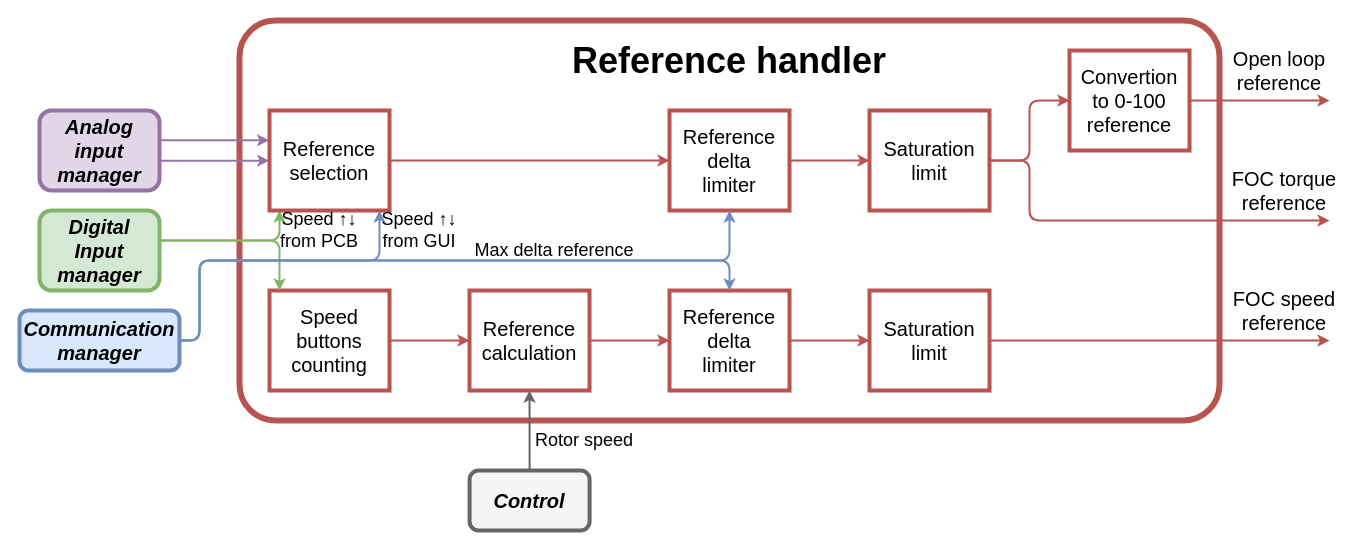
Earlier version of the draw.io diagram Report/Diagrams/ReferenceHandler.drawio (NicolaiFransen/SemesterProjectPED2). Source tidied: cells renumbered, new cells numbered last; positions are measured from the earlier drawing's top-left corner, leaving out a move shared by most shapes. Both pictures are drawn from the tidied source at 100%, with x=0, y=0 at pixel (19, 20).
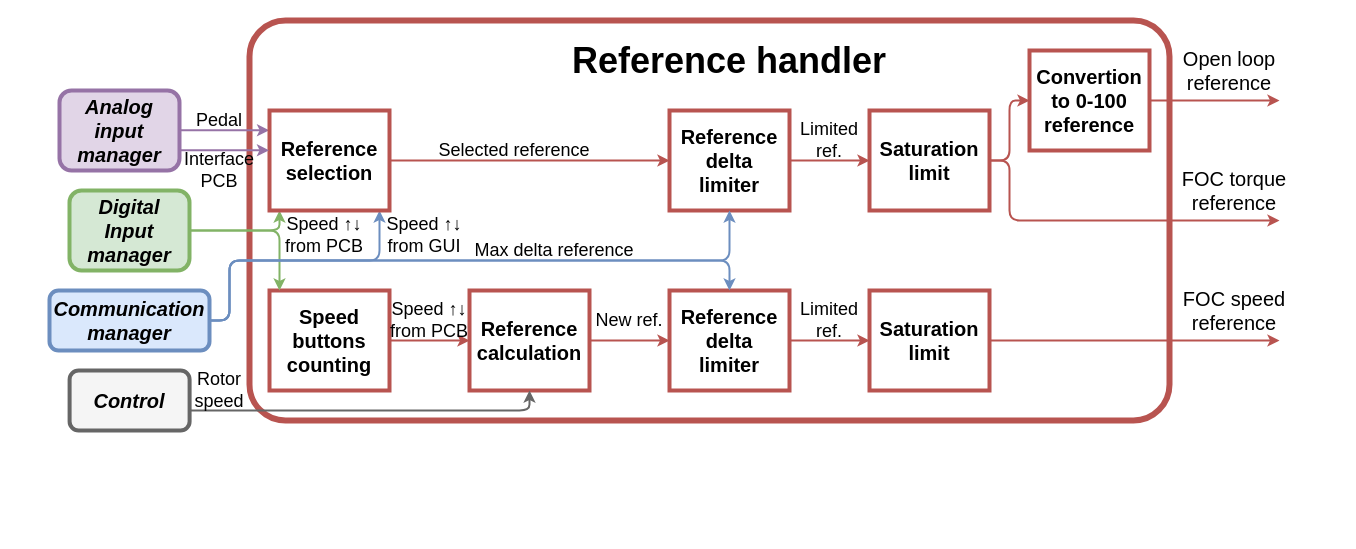
Above is the later version.

Commit message (it also covers changes not shown here):
Some new drawings for ref handler

Unchanged cells that the change refers to:
```xml
<mxCell id="5" style="rounded=0;whiteSpace=wrap;html=1;fillColor=none;strokeColor=#b85450;strokeWidth=4;" parent="1" vertex="1">
  <mxGeometry x="850" y="270" width="120" height="100" as="geometry" />
</mxCell>
<mxCell id="6" style="rounded=0;whiteSpace=wrap;html=1;fillColor=none;strokeColor=#b85450;strokeWidth=4;" parent="1" vertex="1">
  <mxGeometry x="650" y="270" width="120" height="100" as="geometry" />
</mxCell>
<mxCell id="7" style="rounded=0;whiteSpace=wrap;html=1;fillColor=none;strokeColor=#b85450;strokeWidth=4;" parent="1" vertex="1">
  <mxGeometry x="450" y="270" width="120" height="100" as="geometry" />
</mxCell>
<mxCell id="8" style="rounded=0;whiteSpace=wrap;html=1;fillColor=none;strokeColor=#b85450;strokeWidth=4;" parent="1" vertex="1">
  <mxGeometry x="250" y="270" width="120" height="100" as="geometry" />
</mxCell>
<mxCell id="13" style="rounded=0;whiteSpace=wrap;html=1;fillColor=none;strokeColor=#b85450;strokeWidth=4;" parent="1" vertex="1">
  <mxGeometry x="650" y="90" width="120" height="100" as="geometry" />
</mxCell>
<mxCell id="45" style="rounded=0;whiteSpace=wrap;html=1;fillColor=#ffffff;strokeColor=#b85450;strokeWidth=4;glass=0;shadow=0;" parent="1" vertex="1">
  <mxGeometry x="250" y="90" width="120" height="100" as="geometry" />
</mxCell>
```

What changed in the source:
```diff
@@
+    <mxCell id="18" style="rounded=0;whiteSpace=wrap;html=1;fillColor=none;strokeColor=#b85450;strokeWidth=4;" parent="1" vertex="1">
+      <mxGeometry x="850" y="90" width="120" height="100" as="geometry" />
+    </mxCell>
     <mxCell id="2" style="rounded=1;whiteSpace=wrap;html=1;shadow=0;glass=0;strokeWidth=6;fillColor=none;strokeColor=#b85450;arcSize=9;" parent="1" vertex="1">
-      <mxGeometry x="220" width="980" height="400" as="geometry" />
+      <mxGeometry x="230" width="920" height="400" as="geometry" />
     </mxCell>
     <mxCell id="3" value="&lt;span style=&quot;background-color: rgb(255 , 255 , 255)&quot;&gt;&lt;font style=&quot;font-size: 20px&quot;&gt;&lt;font style=&quot;font-size: 20px&quot;&gt;Open loop reference &lt;/font&gt;&lt;/font&gt;&lt;/span&gt;" style="text;html=1;strokeColor=none;fillColor=none;align=center;verticalAlign=middle;whiteSpace=wrap;rounded=0;" parent="1" vertex="1">
-      <mxGeometry x="1210" y="40" width="100" height="20" as="geometry" />
+      <mxGeometry x="1160" y="40" width="100" height="20" as="geometry" />
     </mxCell>
     <mxCell id="4" style="edgeStyle=orthogonalEdgeStyle;rounded=0;jettySize=auto;html=1;exitX=1;exitY=0.5;exitDx=0;exitDy=0;fillColor=#f8cecc;strokeColor=#b85450;strokeWidth=2;" parent="1" edge="1" source="5">
       <mxGeometry relative="1" as="geometry">
-        <mxPoint x="1310" y="320" as="targetPoint" />
+        <mxPoint x="1260" y="320" as="targetPoint" />
       </mxGeometry>
     </mxCell>
@@
     <mxCell id="9" style="edgeStyle=orthogonalEdgeStyle;rounded=0;jettySize=auto;html=1;fillColor=#f8cecc;strokeColor=#b85450;strokeWidth=2;" parent="1" edge="1" source="10">
       <mxGeometry relative="1" as="geometry">
-        <mxPoint x="1310" y="80" as="targetPoint" />
+        <mxPoint x="1260" y="80" as="targetPoint" />
+        <Array as="points">
+          <mxPoint x="1250" y="80" />
+          <mxPoint x="1250" y="80" />
+        </Array>
       </mxGeometry>
     </mxCell>
     <mxCell id="10" style="rounded=0;whiteSpace=wrap;html=1;fillColor=none;strokeColor=#b85450;strokeWidth=4;" parent="1" vertex="1">
-      <mxGeometry x="1050" y="30" width="120" height="100" as="geometry" />
+      <mxGeometry x="1010" y="30" width="120" height="100" as="geometry" />
     </mxCell>
@@
-    <mxCell id="14" value="&lt;div style=&quot;font-size: 20px&quot;&gt;Reference delta limiter&lt;br&gt;&lt;/div&gt;" style="text;html=1;strokeColor=none;fillColor=none;align=center;verticalAlign=middle;whiteSpace=wrap;rounded=0;" parent="1" vertex="1">
+    <mxCell id="14" value="&lt;div style=&quot;font-size: 20px&quot;&gt;&lt;b&gt;Reference delta limiter&lt;/b&gt;&lt;br&gt;&lt;/div&gt;" style="text;html=1;strokeColor=none;fillColor=none;align=center;verticalAlign=middle;whiteSpace=wrap;rounded=0;" parent="1" vertex="1">
       <mxGeometry x="690" y="130" width="40" height="20" as="geometry" />
     </mxCell>
-    <mxCell id="15" value="&lt;font style=&quot;font-size: 20px&quot;&gt;Saturation limit&lt;/font&gt;" style="text;html=1;strokeColor=none;fillColor=none;align=center;verticalAlign=middle;whiteSpace=wrap;rounded=0;" parent="1" vertex="1">
+    <mxCell id="15" value="&lt;b&gt;&lt;font style=&quot;font-size: 20px&quot;&gt;Saturation limit&lt;/font&gt;&lt;/b&gt;" style="text;html=1;strokeColor=none;fillColor=none;align=center;verticalAlign=middle;whiteSpace=wrap;rounded=0;" parent="1" vertex="1">
       <mxGeometry x="890" y="130" width="40" height="20" as="geometry" />
     </mxCell>
     <mxCell id="16" style="edgeStyle=orthogonalEdgeStyle;rounded=1;jettySize=auto;html=1;entryX=0;entryY=0.5;entryDx=0;entryDy=0;fillColor=#f8cecc;strokeColor=#b85450;strokeWidth=2;" parent="1" edge="1" source="18" target="10">
-      <mxGeometry relative="1" as="geometry" />
+      <mxGeometry relative="1" as="geometry">
+        <Array as="points">
+          <mxPoint x="990" y="140" />
+          <mxPoint x="990" y="80" />
+        </Array>
+      </mxGeometry>
     </mxCell>
     <mxCell id="17" style="edgeStyle=orthogonalEdgeStyle;rounded=1;jettySize=auto;html=1;exitX=1;exitY=0.5;exitDx=0;exitDy=0;fillColor=#f8cecc;strokeColor=#b85450;strokeWidth=2;" parent="1" edge="1" source="18">
       <mxGeometry relative="1" as="geometry">
-        <mxPoint x="1310" y="200" as="targetPoint" />
+        <mxPoint x="1260" y="200" as="targetPoint" />
         <Array as="points">
-          <mxPoint x="1010" y="140" />
-          <mxPoint x="1010" y="200" />
+          <mxPoint x="990" y="140" />
+          <mxPoint x="990" y="200" />
         </Array>
       </mxGeometry>
     </mxCell>
-    <mxCell id="18" style="rounded=0;whiteSpace=wrap;html=1;fillColor=none;strokeColor=#b85450;strokeWidth=4;" parent="1" vertex="1">
-      <mxGeometry x="850" y="90" width="120" height="100" as="geometry" />
-    </mxCell>
-    <mxCell id="19" value="&lt;font style=&quot;font-size: 20px&quot;&gt;Convertion to 0-100 reference&lt;/font&gt;" style="text;html=1;strokeColor=none;fillColor=none;align=center;verticalAlign=middle;whiteSpace=wrap;rounded=0;" parent="1" vertex="1">
-      <mxGeometry x="1090" y="70" width="40" height="20" as="geometry" />
+    <mxCell id="19" value="&lt;b&gt;&lt;font style=&quot;font-size: 20px&quot;&gt;Convertion to 0-100 reference&lt;/font&gt;&lt;/b&gt;" style="text;html=1;strokeColor=none;fillColor=none;align=center;verticalAlign=middle;whiteSpace=wrap;rounded=0;" parent="1" vertex="1">
+      <mxGeometry x="1050" y="70" width="40" height="20" as="geometry" />
     </mxCell>
-    <mxCell id="20" value="&lt;div style=&quot;font-size: 20px&quot; align=&quot;center&quot;&gt;Speed buttons counting&lt;/div&gt;" style="text;html=1;strokeColor=none;fillColor=none;align=center;verticalAlign=middle;whiteSpace=wrap;rounded=0;" parent="1" vertex="1">
+    <mxCell id="20" value="&lt;div style=&quot;font-size: 20px&quot; align=&quot;center&quot;&gt;&lt;b&gt;Speed buttons counting&lt;/b&gt;&lt;/div&gt;" style="text;html=1;strokeColor=none;fillColor=none;align=center;verticalAlign=middle;whiteSpace=wrap;rounded=0;" parent="1" vertex="1">
       <mxGeometry x="290" y="310" width="40" height="20" as="geometry" />
     </mxCell>
@@
-    <mxCell id="23" value="&lt;div style=&quot;font-size: 20px&quot;&gt;Reference calculation&lt;/div&gt;" style="text;html=1;strokeColor=none;fillColor=none;align=center;verticalAlign=middle;whiteSpace=wrap;rounded=0;" parent="1" vertex="1">
+    <mxCell id="23" value="&lt;div style=&quot;font-size: 20px&quot;&gt;&lt;b&gt;Reference calculation&lt;/b&gt;&lt;/div&gt;" style="text;html=1;strokeColor=none;fillColor=none;align=center;verticalAlign=middle;whiteSpace=wrap;rounded=0;" parent="1" vertex="1">
       <mxGeometry x="490" y="310" width="40" height="20" as="geometry" />
     </mxCell>
-    <mxCell id="24" value="&lt;font style=&quot;font-size: 20px&quot;&gt;Reference delta limiter&lt;/font&gt;" style="text;html=1;strokeColor=none;fillColor=none;align=center;verticalAlign=middle;whiteSpace=wrap;rounded=0;" parent="1" vertex="1">
+    <mxCell id="24" value="&lt;b&gt;&lt;font style=&quot;font-size: 20px&quot;&gt;Reference delta limiter&lt;/font&gt;&lt;/b&gt;" style="text;html=1;strokeColor=none;fillColor=none;align=center;verticalAlign=middle;whiteSpace=wrap;rounded=0;" parent="1" vertex="1">
       <mxGeometry x="690" y="310" width="40" height="20" as="geometry" />
     </mxCell>
@@
-    <mxCell id="26" value="&lt;font style=&quot;font-size: 20px&quot;&gt;Saturation limit&lt;/font&gt;" style="text;html=1;strokeColor=none;fillColor=none;align=center;verticalAlign=middle;whiteSpace=wrap;rounded=0;" parent="1" vertex="1">
+    <mxCell id="26" value="&lt;b&gt;&lt;font style=&quot;font-size: 20px&quot;&gt;Saturation limit&lt;/font&gt;&lt;/b&gt;" style="text;html=1;strokeColor=none;fillColor=none;align=center;verticalAlign=middle;whiteSpace=wrap;rounded=0;" parent="1" vertex="1">
       <mxGeometry x="890" y="310" width="40" height="20" as="geometry" />
     </mxCell>
     <mxCell id="27" style="rounded=1;whiteSpace=wrap;html=1;fillColor=#e1d5e7;strokeColor=#9673a6;strokeWidth=4;" parent="1" vertex="1">
-      <mxGeometry x="20" y="90" width="120" height="80" as="geometry" />
+      <mxGeometry x="40" y="70" width="120" height="80" as="geometry" />
     </mxCell>
     <mxCell id="28" style="edgeStyle=orthogonalEdgeStyle;rounded=1;jettySize=auto;html=1;fillColor=#d5e8d4;strokeColor=#82b366;strokeWidth=2;" parent="1" edge="1" source="30">
       <mxGeometry relative="1" as="geometry">
         <mxPoint x="260" y="190" as="targetPoint" />
         <Array as="points">
-          <mxPoint x="260" y="220" />
-          <mxPoint x="260" y="190" />
+          <mxPoint x="260" y="210" />
         </Array>
       </mxGeometry>
     </mxCell>
     <mxCell id="29" style="edgeStyle=orthogonalEdgeStyle;rounded=1;jettySize=auto;html=1;fillColor=#d5e8d4;strokeColor=#82b366;strokeWidth=2;" parent="1" edge="1" source="30" target="8">
       <mxGeometry relative="1" as="geometry">
         <Array as="points">
-          <mxPoint x="260" y="220" />
+          <mxPoint x="260" y="210" />
         </Array>
       </mxGeometry>
     </mxCell>
     <mxCell id="30" style="rounded=1;whiteSpace=wrap;html=1;fillColor=#d5e8d4;strokeColor=#82b366;strokeWidth=4;" parent="1" vertex="1">
-      <mxGeometry x="20" y="190" width="120" height="80" as="geometry" />
+      <mxGeometry x="50" y="170" width="120" height="80" as="geometry" />
     </mxCell>
     <mxCell id="31" style="edgeStyle=orthogonalEdgeStyle;rounded=1;jettySize=auto;html=1;fillColor=#dae8fc;strokeColor=#6c8ebf;strokeWidth=2;" parent="1" edge="1" source="34" target="45">
       <mxGeometry relative="1" as="geometry">
         <Array as="points">
-          <mxPoint x="180" y="320" />
-          <mxPoint x="180" y="240" />
+          <mxPoint x="210" y="300" />
+          <mxPoint x="210" y="240" />
           <mxPoint x="360" y="240" />
         </Array>
       </mxGeometry>
     </mxCell>
     <mxCell id="32" style="edgeStyle=orthogonalEdgeStyle;rounded=1;jettySize=auto;html=1;entryX=0.5;entryY=0;entryDx=0;entryDy=0;fillColor=#dae8fc;strokeColor=#6c8ebf;strokeWidth=2;" parent="1" edge="1" source="34" target="6">
       <mxGeometry relative="1" as="geometry">
         <Array as="points">
-          <mxPoint x="180" y="320" />
-          <mxPoint x="180" y="240" />
+          <mxPoint x="210" y="300" />
+          <mxPoint x="210" y="240" />
           <mxPoint x="710" y="240" />
         </Array>
       </mxGeometry>
     </mxCell>
     <mxCell id="33" style="edgeStyle=orthogonalEdgeStyle;rounded=1;jettySize=auto;html=1;entryX=0.5;entryY=1;entryDx=0;entryDy=0;fillColor=#dae8fc;strokeColor=#6c8ebf;strokeWidth=2;" parent="1" edge="1" source="34" target="13">
       <mxGeometry relative="1" as="geometry">
         <Array as="points">
-          <mxPoint x="180" y="320" />
-          <mxPoint x="180" y="240" />
+          <mxPoint x="210" y="300" />
+          <mxPoint x="210" y="240" />
           <mxPoint x="710" y="240" />
         </Array>
       </mxGeometry>
     </mxCell>
     <mxCell id="34" style="rounded=1;whiteSpace=wrap;html=1;fillColor=#dae8fc;strokeColor=#6c8ebf;strokeWidth=4;" parent="1" vertex="1">
-      <mxGeometry y="290" width="160" height="60" as="geometry" />
+      <mxGeometry x="30" y="270" width="160" height="60" as="geometry" />
     </mxCell>
     <mxCell id="35" value="&lt;b&gt;&lt;i&gt;&lt;font style=&quot;font-size: 20px&quot;&gt;Digital Input manager&lt;/font&gt;&lt;/i&gt;&lt;/b&gt;" style="text;html=1;strokeColor=none;fillColor=none;align=center;verticalAlign=middle;whiteSpace=wrap;rounded=0;" parent="1" vertex="1">
-      <mxGeometry x="60" y="220" width="40" height="20" as="geometry" />
+      <mxGeometry x="90" y="200" width="40" height="20" as="geometry" />
     </mxCell>
-    <mxCell id="36" style="edgeStyle=orthogonalEdgeStyle;rounded=0;jettySize=auto;html=1;entryX=0.5;entryY=1;entryDx=0;entryDy=0;strokeWidth=2;fillColor=#f5f5f5;strokeColor=#666666;" parent="1" edge="1" source="37" target="7">
-      <mxGeometry relative="1" as="geometry" />
+    <mxCell id="36" style="edgeStyle=orthogonalEdgeStyle;rounded=1;jettySize=auto;html=1;entryX=0.5;entryY=1;entryDx=0;entryDy=0;strokeWidth=2;fillColor=#f5f5f5;strokeColor=#666666;" parent="1" edge="1" source="37" target="7">
+      <mxGeometry relative="1" as="geometry">
+        <Array as="points">
+          <mxPoint x="510" y="390" />
+        </Array>
+      </mxGeometry>
     </mxCell>
     <mxCell id="37" style="rounded=1;whiteSpace=wrap;html=1;fillColor=#f5f5f5;strokeColor=#666666;fontColor=#333333;strokeWidth=4;" parent="1" vertex="1">
-      <mxGeometry x="450.1" y="450" width="120" height="60" as="geometry" />
+      <mxGeometry x="50.1" y="350" width="120" height="60" as="geometry" />
     </mxCell>
     <mxCell id="38" value="&lt;b&gt;&lt;i&gt;&lt;font style=&quot;font-size: 20px&quot;&gt;Control&lt;/font&gt;&lt;/i&gt;&lt;/b&gt;" style="text;html=1;strokeColor=none;fillColor=none;align=center;verticalAlign=middle;whiteSpace=wrap;rounded=0;" parent="1" vertex="1">
-      <mxGeometry x="490" y="470" width="40" height="20" as="geometry" />
+      <mxGeometry x="90" y="370" width="40" height="20" as="geometry" />
     </mxCell>
     <mxCell id="39" value="&lt;b&gt;&lt;i&gt;&lt;font style=&quot;font-size: 20px&quot;&gt;Communication manager&lt;/font&gt;&lt;/i&gt;&lt;/b&gt;" style="text;html=1;strokeColor=none;fillColor=none;align=center;verticalAlign=middle;whiteSpace=wrap;rounded=0;" parent="1" vertex="1">
-      <mxGeometry x="60" y="310" width="40" height="20" as="geometry" />
+      <mxGeometry x="90" y="290" width="40" height="20" as="geometry" />
     </mxCell>
-    <mxCell id="40" style="edgeStyle=orthogonalEdgeStyle;rounded=1;orthogonalLoop=1;jettySize=auto;html=1;entryX=-0.003;entryY=0.397;entryDx=0;entryDy=0;entryPerimeter=0;fillColor=#e1d5e7;strokeColor=#9673a6;strokeWidth=2;" parent="1" edge="1">
-      <mxGeometry relative="1" as="geometry">
-        <mxPoint x="140.1" y="140.2" as="sourcePoint" />
-        <mxPoint x="249.7" y="140.2" as="targetPoint" />
-        <Array as="points">
-          <mxPoint x="195" y="140.5" />
-        </Array>
-      </mxGeometry>
-    </mxCell>
     <mxCell id="41" value="&lt;b&gt;&lt;i&gt;&lt;font style=&quot;font-size: 20px&quot;&gt;Analog input manager&lt;/font&gt;&lt;/i&gt;&lt;/b&gt;" style="text;html=1;strokeColor=none;fillColor=none;align=center;verticalAlign=middle;whiteSpace=wrap;rounded=0;" parent="1" vertex="1">
-      <mxGeometry x="60" y="120" width="40" height="20" as="geometry" />
+      <mxGeometry x="80" y="100" width="40" height="20" as="geometry" />
     </mxCell>
     <mxCell id="42" value="&lt;font style=&quot;font-size: 20px&quot;&gt;FOC torque reference&lt;/font&gt;" style="text;html=1;strokeColor=none;fillColor=none;align=center;verticalAlign=middle;whiteSpace=wrap;rounded=0;" parent="1" vertex="1">
-      <mxGeometry x="1210" y="160" width="110" height="20" as="geometry" />
+      <mxGeometry x="1160" y="160" width="110" height="20" as="geometry" />
     </mxCell>
     <mxCell id="43" value="&lt;font style=&quot;font-size: 20px&quot;&gt;FOC speed reference&lt;/font&gt;" style="text;html=1;strokeColor=none;fillColor=none;align=center;verticalAlign=middle;whiteSpace=wrap;rounded=0;" parent="1" vertex="1">
-      <mxGeometry x="1210" y="280" width="110" height="20" as="geometry" />
+      <mxGeometry x="1160" y="280" width="110" height="20" as="geometry" />
     </mxCell>
-    <mxCell id="44" style="edgeStyle=orthogonalEdgeStyle;rounded=1;orthogonalLoop=1;jettySize=auto;html=1;entryX=-0.003;entryY=0.397;entryDx=0;entryDy=0;entryPerimeter=0;fillColor=#e1d5e7;strokeColor=#9673a6;strokeWidth=2;" parent="1" edge="1">
+    <mxCell id="44" style="edgeStyle=orthogonalEdgeStyle;rounded=1;jettySize=auto;html=1;entryX=-0.003;entryY=0.397;entryDx=0;entryDy=0;entryPerimeter=0;fillColor=#e1d5e7;strokeColor=#9673a6;strokeWidth=2;exitX=0.103;exitY=0.984;exitDx=0;exitDy=0;exitPerimeter=0;" parent="1" edge="1" source="52">
       <mxGeometry relative="1" as="geometry">
-        <mxPoint x="139.9" y="119.8" as="sourcePoint" />
-        <mxPoint x="249.6" y="119.8" as="targetPoint" />
+        <mxPoint x="249.6" y="109.8" as="targetPoint" />
         <Array as="points">
-          <mxPoint x="195" y="120" />
+          <mxPoint x="195" y="110" />
         </Array>
       </mxGeometry>
     </mxCell>
@@
-    <mxCell id="46" value="&lt;div style=&quot;font-size: 20px&quot; align=&quot;center&quot;&gt;Reference selection&lt;br&gt;&lt;/div&gt;" style="text;html=1;strokeColor=none;fillColor=none;align=center;verticalAlign=middle;whiteSpace=wrap;rounded=0;" parent="1" vertex="1">
+    <mxCell id="46" value="&lt;div style=&quot;font-size: 20px&quot; align=&quot;center&quot;&gt;&lt;b&gt;Reference selection&lt;br&gt;&lt;/b&gt;&lt;/div&gt;" style="text;html=1;strokeColor=none;fillColor=none;align=center;verticalAlign=middle;whiteSpace=wrap;rounded=0;" parent="1" vertex="1">
       <mxGeometry x="290" y="130" width="40" height="20" as="geometry" />
     </mxCell>
@@
     <mxCell id="49" value="&lt;font style=&quot;font-size: 18px&quot;&gt;Rotor speed&lt;/font&gt;" style="text;html=1;align=center;verticalAlign=middle;whiteSpace=wrap;rounded=0;shadow=0;glass=0;" parent="1" vertex="1">
-      <mxGeometry x="510" y="410" width="110" height="20" as="geometry" />
+      <mxGeometry x="150" y="355" width="100" height="30" as="geometry" />
     </mxCell>
     <mxCell id="50" value="&lt;span style=&quot;&quot;&gt;&lt;font style=&quot;font-size: 18px&quot;&gt;Speed&lt;/font&gt;&lt;/span&gt;&lt;font style=&quot;font-size: 18px&quot;&gt;&lt;span style=&quot;&quot;&gt;&lt;font style=&quot;font-size: 18px&quot;&gt; ↑↓ from GUI&lt;/font&gt;&lt;/span&gt;&lt;b&gt;&lt;br&gt;&lt;/b&gt;&lt;/font&gt;" style="text;html=1;align=center;verticalAlign=middle;whiteSpace=wrap;rounded=0;shadow=0;glass=0;labelBackgroundColor=none;labelBorderColor=none;" parent="1" vertex="1">
-      <mxGeometry x="350" y="200" width="100" height="20" as="geometry" />
+      <mxGeometry x="355" y="205" width="100" height="20" as="geometry" />
     </mxCell>
     <mxCell id="51" value="&lt;span&gt;&lt;font style=&quot;font-size: 18px&quot;&gt;Speed&lt;/font&gt;&lt;/span&gt;&lt;font style=&quot;font-size: 18px&quot;&gt;&lt;span&gt;&lt;font style=&quot;font-size: 18px&quot;&gt; ↑↓ from PCB&lt;/font&gt;&lt;/span&gt;&lt;b&gt;&lt;br&gt;&lt;/b&gt;&lt;/font&gt;" style="text;html=1;align=center;verticalAlign=middle;whiteSpace=wrap;rounded=0;shadow=0;glass=0;labelBackgroundColor=none;labelBorderColor=none;" parent="1" vertex="1">
-      <mxGeometry x="250" y="200" width="100" height="20" as="geometry" />
+      <mxGeometry x="255" y="205" width="100" height="20" as="geometry" />
     </mxCell>
+    <mxCell id="52" value="&lt;div&gt;&lt;font style=&quot;font-size: 18px&quot;&gt;Pedal&lt;/font&gt;&lt;/div&gt;" style="text;html=1;align=center;verticalAlign=middle;whiteSpace=wrap;rounded=0;shadow=0;glass=0;" parent="1" vertex="1">
+      <mxGeometry x="150" y="90" width="100" height="20" as="geometry" />
+    </mxCell>
+    <mxCell id="53" value="&lt;div&gt;&lt;font style=&quot;font-size: 18px&quot;&gt;Interface PCB&lt;/font&gt;&lt;/div&gt;" style="text;html=1;align=center;verticalAlign=middle;whiteSpace=wrap;rounded=0;shadow=0;glass=0;" parent="1" vertex="1">
+      <mxGeometry x="150" y="140" width="100" height="20" as="geometry" />
+    </mxCell>
+    <mxCell id="54" value="&lt;font style=&quot;font-size: 18px&quot;&gt;Selected reference&lt;/font&gt;" style="text;html=1;align=center;verticalAlign=middle;whiteSpace=wrap;rounded=0;shadow=0;glass=0;" parent="1" vertex="1">
+      <mxGeometry x="410" y="120" width="170" height="20" as="geometry" />
+    </mxCell>
+    <mxCell id="55" value="&lt;font style=&quot;font-size: 18px&quot;&gt;Limited ref.&lt;/font&gt;" style="text;html=1;align=center;verticalAlign=middle;whiteSpace=wrap;rounded=0;shadow=0;glass=0;" parent="1" vertex="1">
+      <mxGeometry x="770" y="110" width="80" height="20" as="geometry" />
+    </mxCell>
+    <mxCell id="56" value="&lt;font style=&quot;font-size: 18px&quot;&gt;Limited ref.&lt;/font&gt;" style="text;html=1;align=center;verticalAlign=middle;whiteSpace=wrap;rounded=0;shadow=0;glass=0;" parent="1" vertex="1">
+      <mxGeometry x="770" y="290" width="80" height="20" as="geometry" />
+    </mxCell>
+    <mxCell id="57" value="&lt;span&gt;&lt;font style=&quot;font-size: 18px&quot;&gt;New ref.&lt;/font&gt;&lt;/span&gt;&lt;font style=&quot;font-size: 18px&quot;&gt;&lt;span&gt;&lt;/span&gt;&lt;b&gt;&lt;br&gt;&lt;/b&gt;&lt;/font&gt;" style="text;html=1;align=center;verticalAlign=middle;whiteSpace=wrap;rounded=0;shadow=0;glass=0;labelBackgroundColor=none;labelBorderColor=none;" parent="1" vertex="1">
+      <mxGeometry x="560" y="290" width="100" height="20" as="geometry" />
+    </mxCell>
+    <mxCell id="58" value="&lt;span&gt;&lt;font style=&quot;font-size: 18px&quot;&gt;Speed&lt;/font&gt;&lt;/span&gt;&lt;font style=&quot;font-size: 18px&quot;&gt;&lt;span&gt;&lt;font style=&quot;font-size: 18px&quot;&gt; ↑↓ from PCB&lt;/font&gt;&lt;/span&gt;&lt;b&gt;&lt;br&gt;&lt;/b&gt;&lt;/font&gt;" style="text;html=1;align=center;verticalAlign=middle;whiteSpace=wrap;rounded=0;shadow=0;glass=0;labelBackgroundColor=none;labelBorderColor=none;" parent="1" vertex="1">
+      <mxGeometry x="360" y="290" width="100" height="20" as="geometry" />
+    </mxCell>
+    <mxCell id="59" style="edgeStyle=orthogonalEdgeStyle;rounded=1;orthogonalLoop=1;jettySize=auto;html=1;entryX=-0.003;entryY=0.397;entryDx=0;entryDy=0;entryPerimeter=0;fillColor=#e1d5e7;strokeColor=#9673a6;strokeWidth=2;exitX=0.103;exitY=0.984;exitDx=0;exitDy=0;exitPerimeter=0;" parent="1" edge="1">
+      <mxGeometry relative="1" as="geometry">
+        <mxPoint x="160.3" y="129.7" as="sourcePoint" />
+        <mxPoint x="249.5" y="129.8" as="targetPoint" />
+        <Array as="points">
+          <mxPoint x="195" y="130" />
+        </Array>
+      </mxGeometry>
+    </mxCell>
```
